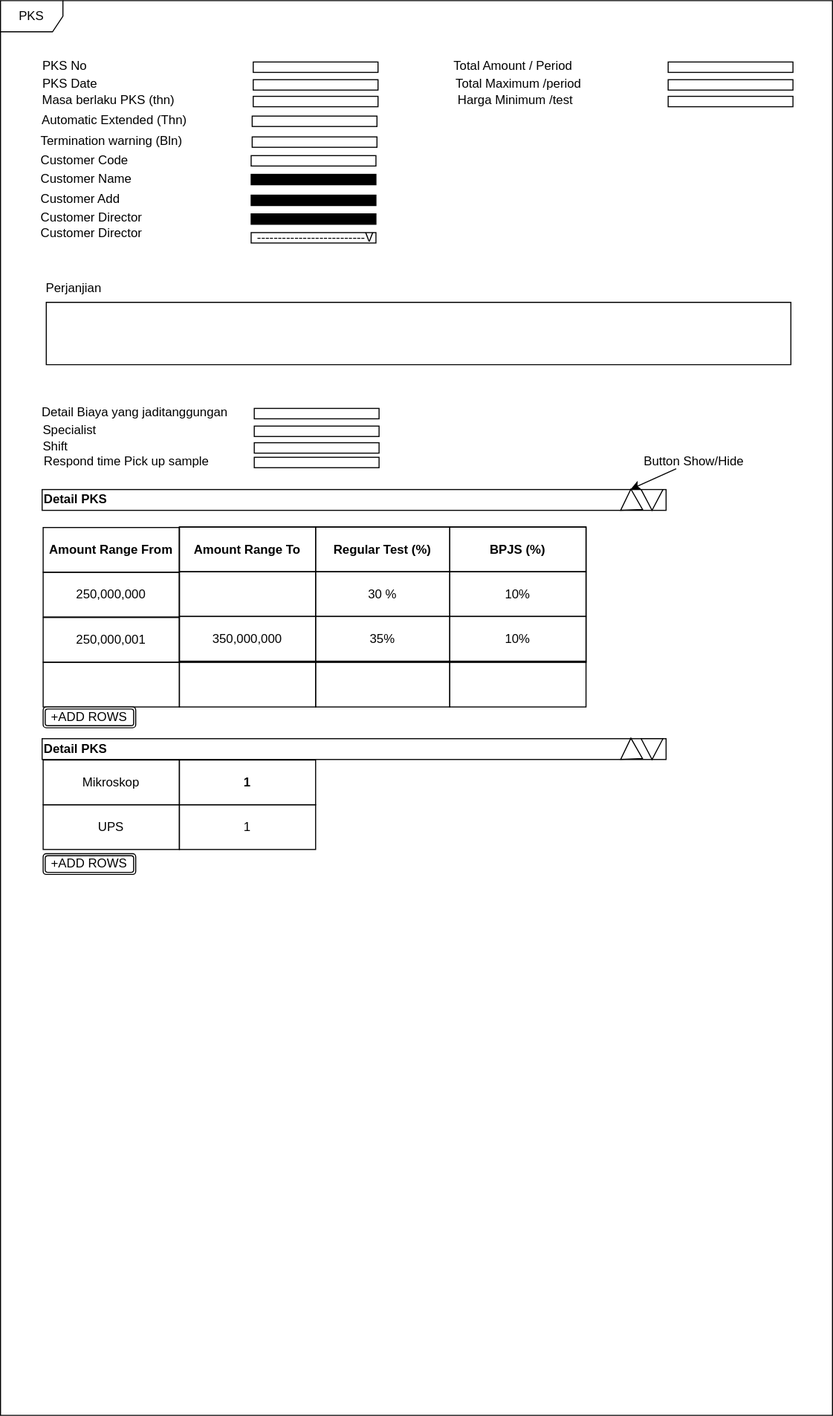
The draw.io diagram pattern/FSD.svg in riduan-risandi/inno_collection_diagram, before a commit. Source tidied: cells renumbered, new cells last; positions are measured from the earlier drawing's top-left corner, leaving out a move shared by most shapes.
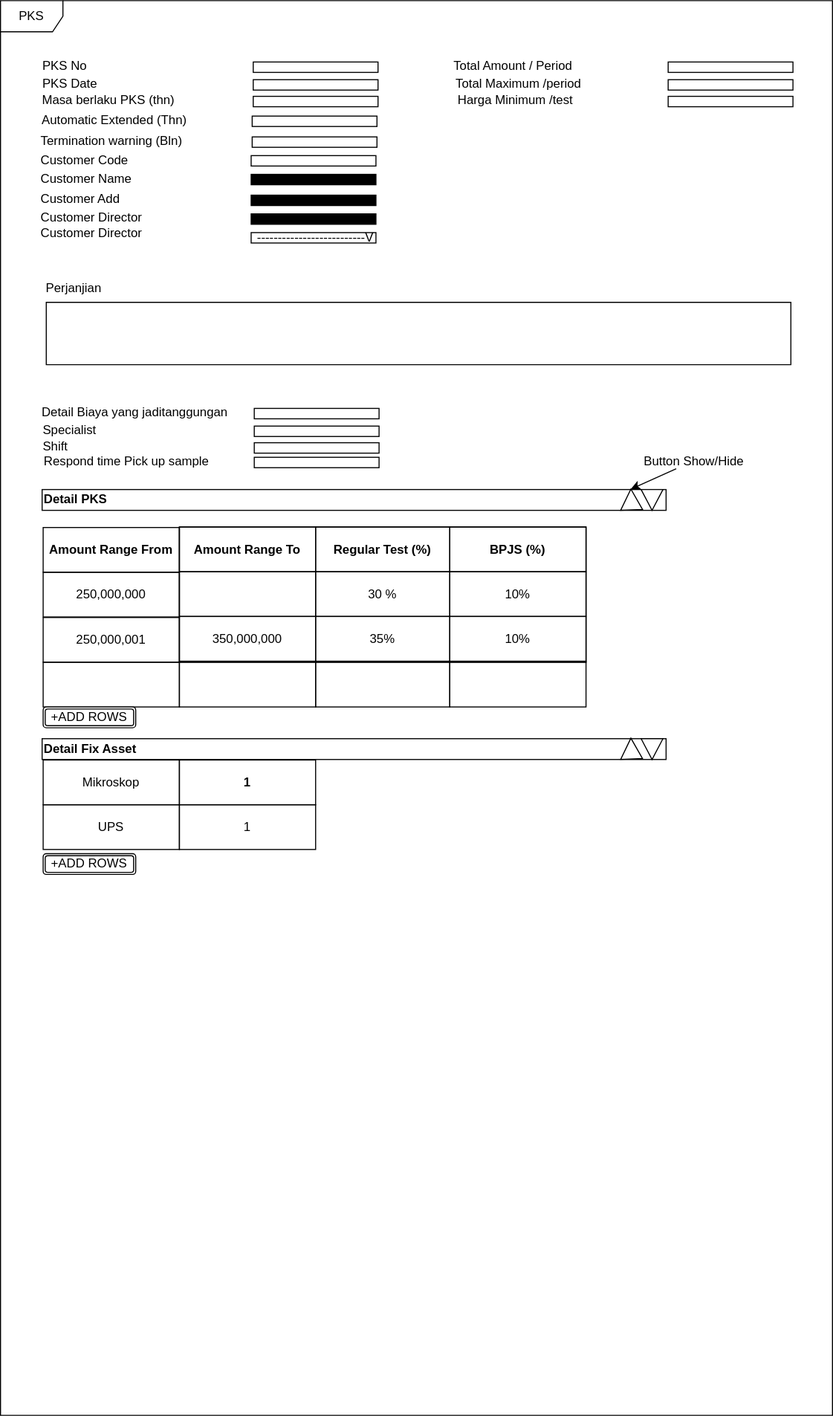
Later version of the same file.

Change to the diagram source:
```diff
@@ -209,7 +209,7 @@
     <mxCell id="70" value="1" style="strokeColor=inherit;fillColor=none;align=center;whiteSpace=wrap;html=1;" parent="1" vertex="1">
       <mxGeometry x="172" y="773" width="131" height="43" as="geometry" />
     </mxCell>
-    <mxCell id="71" value="&lt;div align=&quot;left&quot;&gt;&lt;b&gt;Detail PKS&lt;br&gt;&lt;/b&gt;&lt;/div&gt;" style="rounded=0;whiteSpace=wrap;html=1;align=left;" parent="1" vertex="1">
+    <mxCell id="71" value="&lt;div align=&quot;left&quot;&gt;&lt;p&gt;&lt;b&gt;Detail Fix Asset&lt;/b&gt;&lt;/p&gt;&lt;/div&gt;" style="rounded=0;whiteSpace=wrap;html=1;align=left;" parent="1" vertex="1">
       <mxGeometry x="40" y="709.5" width="600" height="20" as="geometry" />
     </mxCell>
     <mxCell id="72" style="triangle;whiteSpace=wrap;html=1;rotation=90;" parent="1" vertex="1">
```
